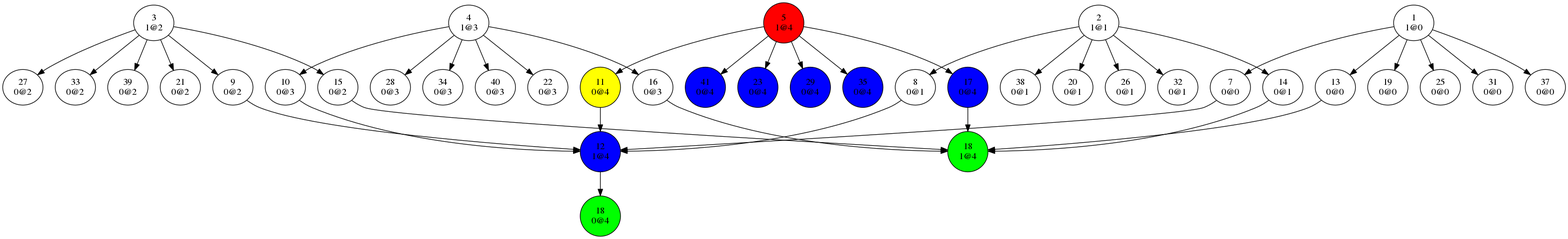
This is dev/bin/conflictGraph0.png from Oxmose/SATSolver, a Graphviz export, as it was before one commit. Its source is kept beside it as dev/bin/conflictGraph0.dot.
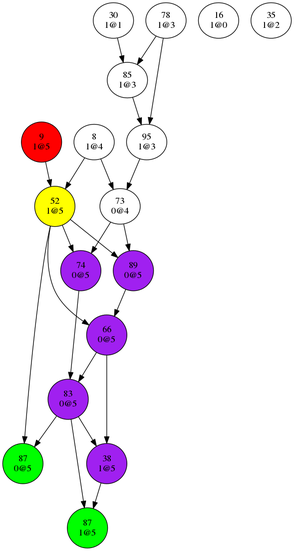
The same diagram one commit later.

Diff of the diagram source:
```diff
@@ -1,189 +1,94 @@
 digraph {
-"1
-1@0"->"7
-0@0";
-"1
-1@0"->"13
-0@0";
-"1
-1@0"->"19
-0@0";
-"1
-1@0"->"25
-0@0";
-"1
-1@0"->"31
-0@0";
-"1
-1@0"->"37
-0@0";
-"2
-1@1"->"8
-0@1";
-"2
-1@1"->"14
-0@1";
-"2
-1@1"->"20
-0@1";
-"2
-1@1"->"26
-0@1";
-"2
-1@1"->"32
-0@1";
-"2
-1@1"->"38
-0@1";
-"3
-1@2"->"9
-0@2";
-"3
-1@2"->"15
-0@2";
-"3
-1@2"->"21
-0@2";
-"3
-1@2"->"27
-0@2";
-"3
-1@2"->"33
-0@2";
-"3
-1@2"->"39
-0@2";
-"4
-1@3"->"10
-0@3";
-"4
-1@3"->"16
-0@3";
-"4
-1@3"->"22
-0@3";
-"4
-1@3"->"28
-0@3";
-"4
-1@3"->"34
-0@3";
-"4
-1@3"->"40
-0@3";
-"5
-1@4"->"11
+"8
+1@4"->"52
+1@5";
+"8
+1@4"->"73
 0@4";
-"5
-1@4"->"17
+"9
+1@5"->"52
+1@5";
+"16
+1@0";
+"30
+1@1"->"85
+1@3";
+"35
+1@2";
+"38
+1@5"->"87
+1@5";
+"52
+1@5"->"66
+0@5";
+"52
+1@5"->"74
+0@5";
+"52
+1@5"->"87
+0@5";
+"52
+1@5"->"89
+0@5";
+"66
+0@5"->"38
+1@5";
+"66
+0@5"->"83
+0@5";
+"73
+0@4"->"74
+0@5";
+"73
+0@4"->"89
+0@5";
+"74
+0@5"->"83
+0@5";
+"78
+1@3"->"85
+1@3";
+"78
+1@3"->"95
+1@3";
+"83
+0@5"->"38
+1@5";
+"83
+0@5"->"87
+0@5";
+"83
+0@5"->"87
+1@5";
+"85
+1@3"->"95
+1@3";
+"87
+0@5";
+"87
+1@5";
+"89
+0@5"->"66
+0@5";
+"95
+1@3"->"73
 0@4";
-"5
-1@4"->"23
-0@4";
-"5
-1@4"->"29
-0@4";
-"5
-1@4"->"35
-0@4";
-"5
-1@4"->"41
-0@4";
-"7
-0@0"->"12
-1@4";
-"8
-0@1"->"12
-1@4";
 "9
-0@2"->"12
-1@4";
-"10
-0@3"->"12
-1@4";
-"11
-0@4"->"12
-1@4";
-"12
-1@4"->"18
-0@4";
-"13
-0@0"->"18
-1@4";
-"14
-0@1"->"18
-1@4";
-"15
-0@2"->"18
-1@4";
-"16
-0@3"->"18
-1@4";
-"17
-0@4"->"18
-1@4";
-"18
-0@4";
-"18
-1@4";
-"19
-0@0";
-"20
-0@1";
-"21
-0@2";
-"22
-0@3";
-"23
-0@4";
-"25
-0@0";
-"26
-0@1";
-"27
-0@2";
-"28
-0@3";
-"29
-0@4";
-"31
-0@0";
-"32
-0@1";
-"33
-0@2";
-"34
-0@3";
-"35
-0@4";
-"37
-0@0";
+1@5"[shape=circle, style=filled, fillcolor=red];
 "38
-0@1";
-"39
-0@2";
-"40
-0@3";
-"41
-0@4";
-"5
-1@4"[shape=circle, style=filled, fillcolor=red];
-"11
-0@4"[shape=circle, style=filled, fillcolor=yellow];
-"12
-1@4"[shape=circle, style=filled, fillcolor=blue];
-"17
-0@4"[shape=circle, style=filled, fillcolor=blue];
-"18
-0@4"[shape=circle, style=filled, fillcolor=green];
-"18
-1@4"[shape=circle, style=filled, fillcolor=green];
-"23
-0@4"[shape=circle, style=filled, fillcolor=blue];
-"29
-0@4"[shape=circle, style=filled, fillcolor=blue];
-"35
-0@4"[shape=circle, style=filled, fillcolor=blue];
-"41
-0@4"[shape=circle, style=filled, fillcolor=blue];
+1@5"[shape=circle, style=filled, fillcolor=purple];
+"52
+1@5"[shape=circle, style=filled, fillcolor=yellow];
+"66
+0@5"[shape=circle, style=filled, fillcolor=purple];
+"74
+0@5"[shape=circle, style=filled, fillcolor=purple];
+"83
+0@5"[shape=circle, style=filled, fillcolor=purple];
+"87
+0@5"[shape=circle, style=filled, fillcolor=green];
+"87
+1@5"[shape=circle, style=filled, fillcolor=green];
+"89
+0@5"[shape=circle, style=filled, fillcolor=purple];
 }
```
